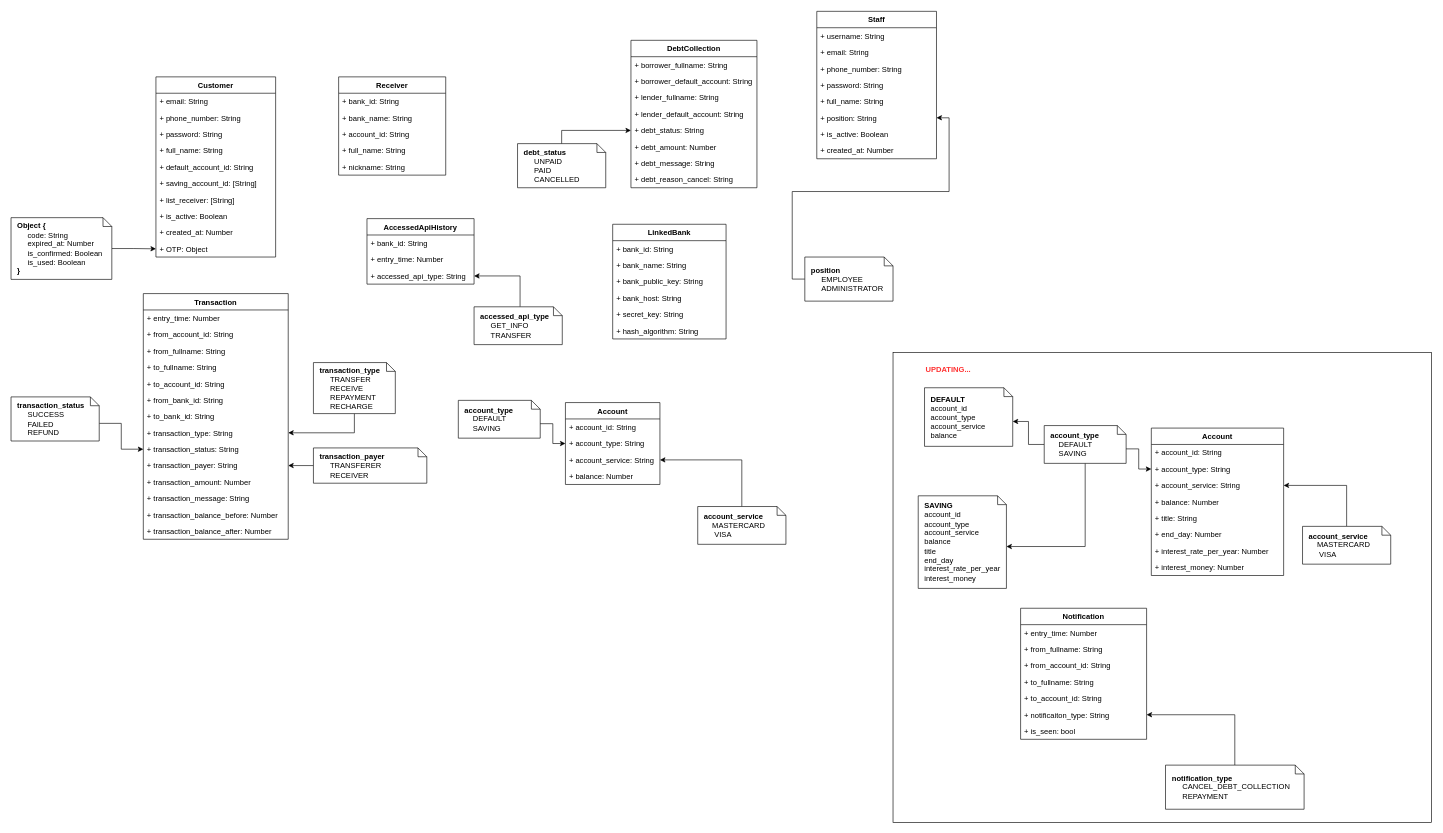
Earlier version of the draw.io diagram 03_Design/01_Data/InternetBanking.drawio (imdotnhsang/AWAD_NNDK_08). Source tidied: cells renumbered, new cells numbered last; positions are measured from the earlier drawing's top-left corner, leaving out a move shared by most shapes. Both pictures are drawn from the tidied source at 63%, with x=0, y=0 at pixel (11, 11).
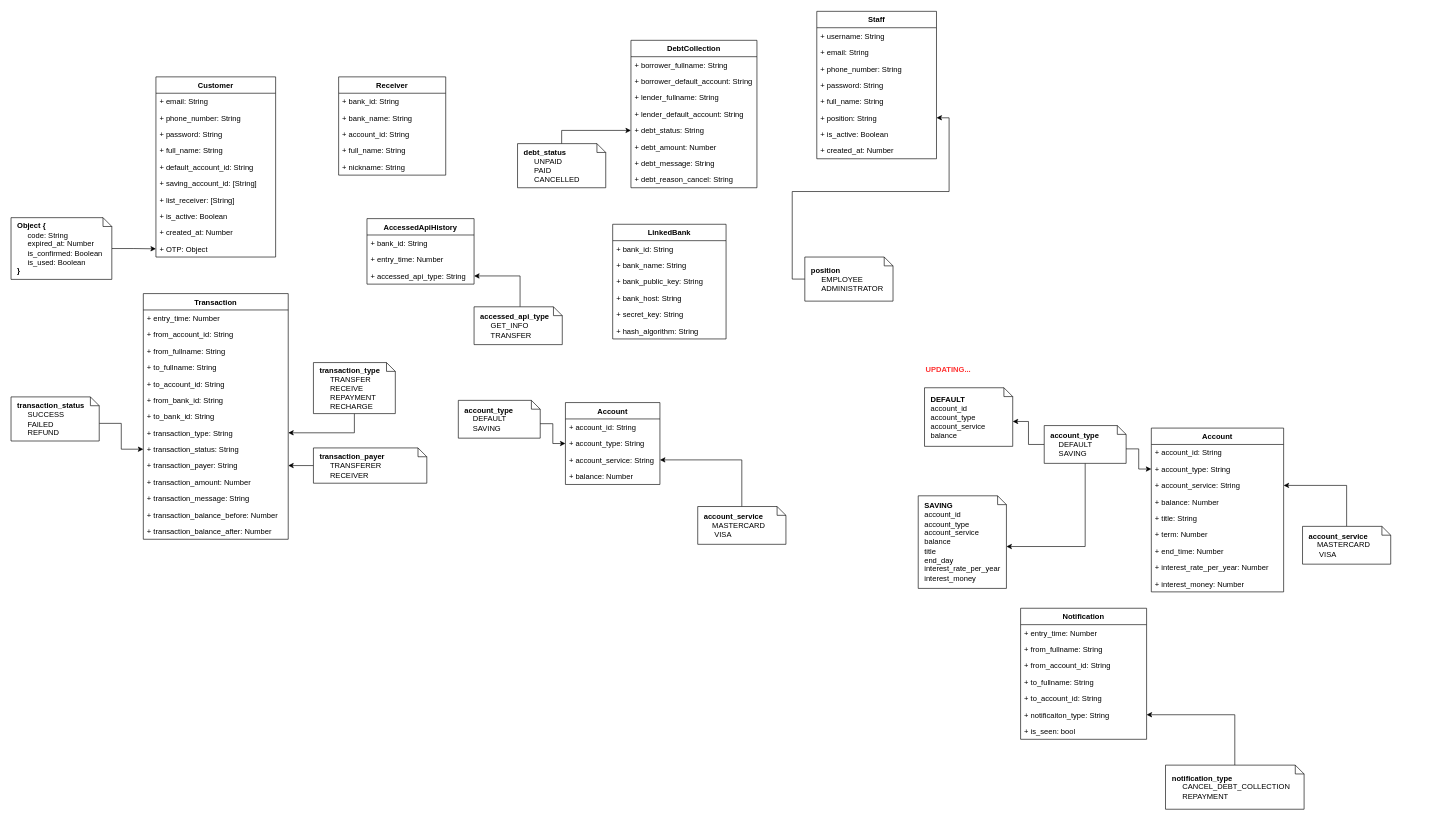
After the change.

The edit, as a diff of the source:
```diff
@@
     <mxCell id="86" value="Account" style="swimlane;fontStyle=1;horizontal=1;startSize=26;fillColor=none;" parent="1" vertex="1">
-      <mxGeometry x="1810" y="662" width="210" height="234" as="geometry" />
+      <mxGeometry x="1810" y="662" width="210" height="260" as="geometry" />
     </mxCell>
@@
-    <mxCell id="92" value="+ end_day: Number" style="text;strokeColor=none;fillColor=none;align=left;verticalAlign=top;spacingLeft=4;spacingRight=4;overflow=hidden;" parent="86" vertex="1">
+    <mxCell id="92" value="+ term: Number" style="text;strokeColor=none;fillColor=none;align=left;verticalAlign=top;spacingLeft=4;spacingRight=4;overflow=hidden;" parent="86" vertex="1">
       <mxGeometry y="156" width="210" height="26" as="geometry" />
     </mxCell>
+    <mxCell id="115" value="+ end_time: Number" style="text;strokeColor=none;fillColor=none;align=left;verticalAlign=top;spacingLeft=4;spacingRight=4;overflow=hidden;" parent="86" vertex="1">
+      <mxGeometry y="182" width="210" height="26" as="geometry" />
+    </mxCell>
     <mxCell id="93" value="+ interest_rate_per_year: Number" style="text;strokeColor=none;fillColor=none;align=left;verticalAlign=top;spacingLeft=4;spacingRight=4;overflow=hidden;" parent="86" vertex="1">
-      <mxGeometry y="182" width="210" height="26" as="geometry" />
+      <mxGeometry y="208" width="210" height="26" as="geometry" />
     </mxCell>
     <mxCell id="94" value="+ interest_money: Number" style="text;strokeColor=none;fillColor=none;align=left;verticalAlign=top;spacingLeft=4;spacingRight=4;overflow=hidden;" parent="86" vertex="1">
-      <mxGeometry y="208" width="210" height="26" as="geometry" />
+      <mxGeometry y="234" width="210" height="26" as="geometry" />
     </mxCell>
@@
-    <mxCell id="104" style="rounded=0;whiteSpace=wrap;html=1;fontColor=#FF3333;fillColor=none;" parent="1" vertex="1">
-      <mxGeometry x="1400" y="542" width="855" height="746" as="geometry" />
-    </mxCell>
```
